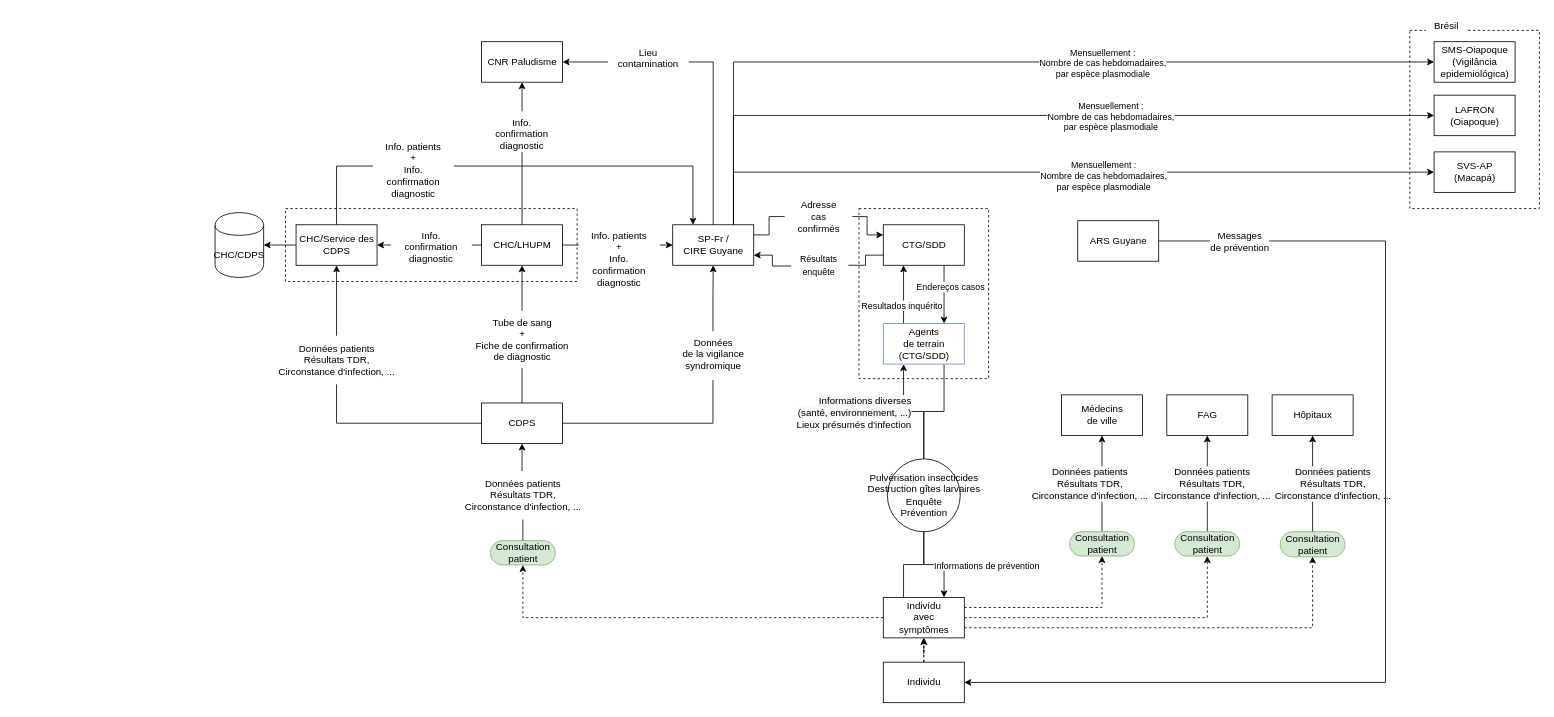
This is Paludisme_FR-GF.drawio from EmmanuelRouxIRD/VigiFront-Saude, a draw.io file, before an edit. Source tidied: cells renumbered, new cells numbered last; positions are measured from the earlier drawing's top-left corner, leaving out a move shared by most shapes. Both pictures are drawn from the tidied source at 81%, with x=0, y=0 at pixel (215, 14).
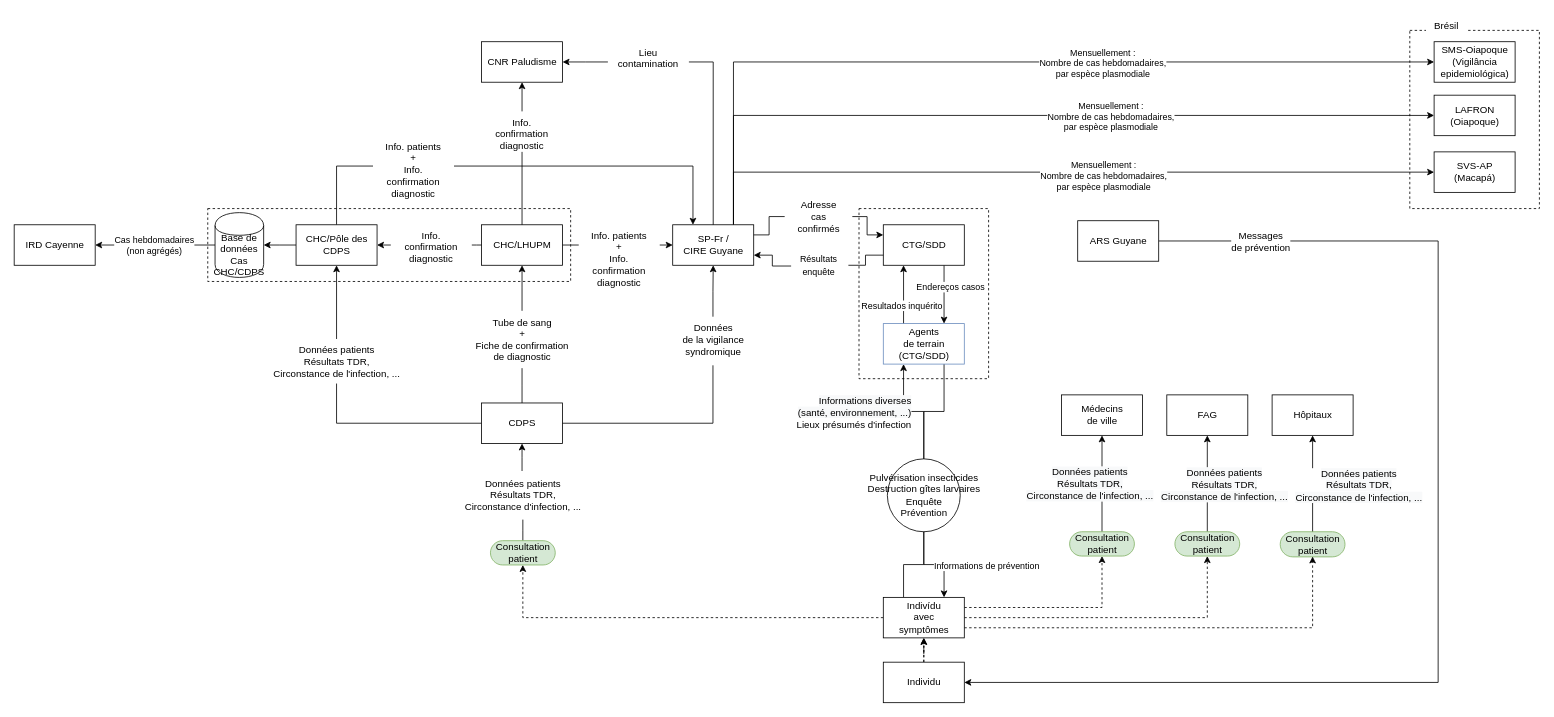
The same page after the edit.

Commit message:
Mettre à jour Paludisme_FR-GF.drawio

The change refers to these unchanged cells:
```xml
<mxCell id="32" style="edgeStyle=elbowEdgeStyle;rounded=0;jettySize=auto;html=1;entryX=0.5;entryY=1;entryDx=0;entryDy=0;exitX=0.5;exitY=0.5;exitDx=0;exitDy=-15;exitPerimeter=0;" parent="1" edge="1" source="60" target="29">
  <mxGeometry relative="1" as="geometry" />
</mxCell>
<mxCell id="34" style="edgeStyle=elbowEdgeStyle;rounded=0;jettySize=auto;html=1;entryX=0.5;entryY=1;entryDx=0;entryDy=0;exitX=0.5;exitY=0.5;exitDx=0;exitDy=-15;exitPerimeter=0;" parent="1" edge="1" source="61" target="30">
  <mxGeometry relative="1" as="geometry" />
</mxCell>
<mxCell id="36" style="edgeStyle=elbowEdgeStyle;rounded=0;jettySize=auto;html=1;entryX=0.5;entryY=1;entryDx=0;entryDy=0;exitX=0.5;exitY=0.5;exitDx=0;exitDy=-15;exitPerimeter=0;" parent="1" edge="1" source="62" target="31">
  <mxGeometry relative="1" as="geometry" />
</mxCell>
<mxCell id="88" value="ARS Guyane" style="html=1;dashed=0;whitespace=wrap;" parent="1" vertex="1">
  <mxGeometry x="1065" y="255" width="100" height="50" as="geometry" />
</mxCell>
<mxCell id="91" value="Individu" style="html=1;dashed=0;whitespace=wrap;" parent="1" vertex="1">
  <mxGeometry x="825" y="800" width="100" height="50" as="geometry" />
</mxCell>
```

What changed in the source:
```diff
@@
+    <mxCell id="79" style="html=1;dashed=1;whitespace=wrap;fillColor=none;" parent="1" vertex="1">
+      <mxGeometry x="-9" y="240" width="448" height="90" as="geometry" />
+    </mxCell>
@@
+    <mxCell id="92" style="edgeStyle=orthogonalEdgeStyle;rounded=0;jettySize=auto;html=1;exitX=0;exitY=0.5;exitDx=0;exitDy=0;entryX=1;entryY=0.5;entryDx=0;entryDy=0;" parent="1" edge="1" source="3" target="94">
+      <mxGeometry relative="1" as="geometry" />
+    </mxCell>
+    <mxCell id="93" value="Cas hebdomadaires&lt;br&gt;(non agrégés)" style="edgeLabel;html=1;align=center;verticalAlign=middle;" parent="92" vertex="1">
+      <mxGeometry x="-0.17" relative="1" as="geometry">
+        <mxPoint x="-15" as="offset" />
+      </mxGeometry>
+    </mxCell>
-    <mxCell id="3" value="CHC/CDPS" style="shape=cylinder;whiteSpace=wrap;html=1;boundedLbl=1;backgroundOutline=1;" parent="1" vertex="1">
+    <mxCell id="3" value="Base de données&lt;br&gt;Cas&lt;br&gt;CHC/CDPS" style="shape=cylinder;whiteSpace=wrap;html=1;boundedLbl=1;backgroundOutline=1;" parent="1" vertex="1">
       <mxGeometry y="245" width="60" height="80" as="geometry" />
     </mxCell>
@@
-    <mxCell id="11" value="CHC/Service des&lt;br&gt;CDPS" style="html=1;dashed=0;whitespace=wrap;" parent="1" vertex="1">
+    <mxCell id="11" value="CHC/Pôle des&lt;br&gt;CDPS" style="html=1;dashed=0;whitespace=wrap;" parent="1" vertex="1">
       <mxGeometry x="100" y="260" width="100" height="50" as="geometry" />
     </mxCell>
@@
-    <mxCell id="33" value="&lt;span style=&quot;background-color: rgb(248, 249, 250);&quot;&gt;Données patients&lt;/span&gt;&lt;br style=&quot;background-color: rgb(248, 249, 250);&quot;&gt;&lt;span style=&quot;background-color: rgb(248, 249, 250);&quot;&gt;Résultats TDR,&lt;/span&gt;&lt;br style=&quot;background-color: rgb(248, 249, 250);&quot;&gt;&lt;span style=&quot;background-color: rgb(248, 249, 250);&quot;&gt;Circonstance d'infection, ...&lt;/span&gt;" style="edgeLabel;html=1;align=center;verticalAlign=middle;fontSize=12;" parent="32" vertex="1">
+    <mxCell id="33" value="&lt;span style=&quot;background-color: rgb(248, 249, 250);&quot;&gt;Données patients&lt;/span&gt;&lt;br style=&quot;background-color: rgb(248, 249, 250);&quot;&gt;&lt;span style=&quot;background-color: rgb(248, 249, 250);&quot;&gt;Résultats TDR,&lt;/span&gt;&lt;br style=&quot;background-color: rgb(248, 249, 250);&quot;&gt;&lt;span style=&quot;background-color: rgb(248, 249, 250);&quot;&gt;Circonstance de l'infection, ...&lt;/span&gt;" style="edgeLabel;html=1;align=center;verticalAlign=middle;fontSize=12;" parent="32" vertex="1">
       <mxGeometry x="0.32" y="-2" relative="1" as="geometry">
         <mxPoint x="-18" y="19" as="offset" />
       </mxGeometry>
     </mxCell>
@@
-    <mxCell id="35" value="&lt;span style=&quot;background-color: rgb(248, 249, 250);&quot;&gt;Données patients&lt;/span&gt;&lt;br style=&quot;background-color: rgb(248, 249, 250);&quot;&gt;&lt;span style=&quot;background-color: rgb(248, 249, 250);&quot;&gt;Résultats TDR,&lt;/span&gt;&lt;br style=&quot;background-color: rgb(248, 249, 250);&quot;&gt;&lt;span style=&quot;background-color: rgb(248, 249, 250);&quot;&gt;Circonstance d'infection, ...&lt;/span&gt;" style="edgeLabel;html=1;align=center;verticalAlign=middle;fontSize=12;" parent="34" vertex="1">
+    <mxCell id="35" value="&lt;span style=&quot;background-color: rgb(248, 249, 250);&quot;&gt;Données patients&lt;/span&gt;&lt;br style=&quot;background-color: rgb(248, 249, 250);&quot;&gt;&lt;span style=&quot;background-color: rgb(248, 249, 250);&quot;&gt;Résultats TDR,&lt;/span&gt;&lt;br style=&quot;background-color: rgb(248, 249, 250);&quot;&gt;&lt;span style=&quot;background-color: rgb(248, 249, 250);&quot;&gt;Circonstance de l'infection, ...&lt;/span&gt;" style="edgeLabel;html=1;align=center;verticalAlign=middle;fontSize=12;" parent="34" vertex="1">
       <mxGeometry x="0.4" relative="1" as="geometry">
-        <mxPoint x="5" y="23" as="offset" />
+        <mxPoint x="20" y="24" as="offset" />
       </mxGeometry>
     </mxCell>
@@
-    <mxCell id="37" value="&lt;span style=&quot;background-color: rgb(248, 249, 250);&quot;&gt;Données patients&lt;/span&gt;&lt;br style=&quot;background-color: rgb(248, 249, 250);&quot;&gt;&lt;span style=&quot;background-color: rgb(248, 249, 250);&quot;&gt;Résultats TDR,&lt;/span&gt;&lt;br style=&quot;background-color: rgb(248, 249, 250);&quot;&gt;&lt;span style=&quot;background-color: rgb(248, 249, 250);&quot;&gt;Circonstance d'infection, ...&lt;/span&gt;" style="edgeLabel;html=1;align=center;verticalAlign=middle;fontSize=12;" parent="36" vertex="1">
+    <mxCell id="37" value="&lt;span style=&quot;background-color: rgb(248, 249, 250);&quot;&gt;Données patients&lt;/span&gt;&lt;br style=&quot;background-color: rgb(248, 249, 250);&quot;&gt;&lt;span style=&quot;background-color: rgb(248, 249, 250);&quot;&gt;Résultats TDR,&lt;/span&gt;&lt;br style=&quot;background-color: rgb(248, 249, 250);&quot;&gt;&lt;span style=&quot;background-color: rgb(248, 249, 250);&quot;&gt;Circonstance de l'infection, ...&lt;/span&gt;" style="edgeLabel;html=1;align=center;verticalAlign=middle;fontSize=12;" parent="36" vertex="1">
       <mxGeometry x="0.45" y="-2" relative="1" as="geometry">
-        <mxPoint x="22" y="27" as="offset" />
+        <mxPoint x="54" y="29" as="offset" />
       </mxGeometry>
     </mxCell>
@@
-    <mxCell id="46" value="Données patients&lt;br&gt;Résultats TDR,&lt;br&gt;Circonstance d'infection, ..." style="text;html=1;align=center;verticalAlign=middle;points=[];strokeColor=none;fillColor=none;" parent="1" vertex="1">
-      <mxGeometry x="65" y="397" width="170" height="60" as="geometry" />
+    <mxCell id="46" value="Données patients&lt;br&gt;Résultats TDR,&lt;br&gt;Circonstance de l'infection, ..." style="text;html=1;align=center;verticalAlign=middle;points=[];strokeColor=none;fillColor=none;" parent="1" vertex="1">
+      <mxGeometry x="63" y="401" width="174" height="55" as="geometry" />
     </mxCell>
     <mxCell id="47" value="Données&lt;br&gt;de la vigilance&lt;br&gt;syndromique" style="text;html=1;align=center;verticalAlign=middle;points=[];strokeColor=none;fillColor=none;" parent="1" vertex="1">
-      <mxGeometry x="565" y="390" width="100" height="60" as="geometry" />
+      <mxGeometry x="565" y="372" width="100" height="60" as="geometry" />
     </mxCell>
@@
-    <mxCell id="79" style="html=1;dashed=1;whitespace=wrap;fillColor=none;" parent="1" vertex="1">
-      <mxGeometry x="87" y="240" width="360" height="90" as="geometry" />
-    </mxCell>
@@
     <mxCell id="86" style="edgeStyle=orthogonalEdgeStyle;rounded=0;jettySize=auto;html=1;entryX=1;entryY=0.5;entryDx=0;entryDy=0;fontSize=12;" parent="1" edge="1" source="88" target="91">
       <mxGeometry relative="1" as="geometry">
         <Array as="points">
-          <mxPoint x="1445" y="280" />
-          <mxPoint x="1445" y="825" />
+          <mxPoint x="1510" y="280" />
+          <mxPoint x="1510" y="825" />
         </Array>
       </mxGeometry>
     </mxCell>
@@
+    <mxCell id="94" value="IRD Cayenne" style="html=1;dashed=0;whitespace=wrap;" parent="1" vertex="1">
+      <mxGeometry x="-248" y="260" width="100" height="50" as="geometry" />
+    </mxCell>
```
